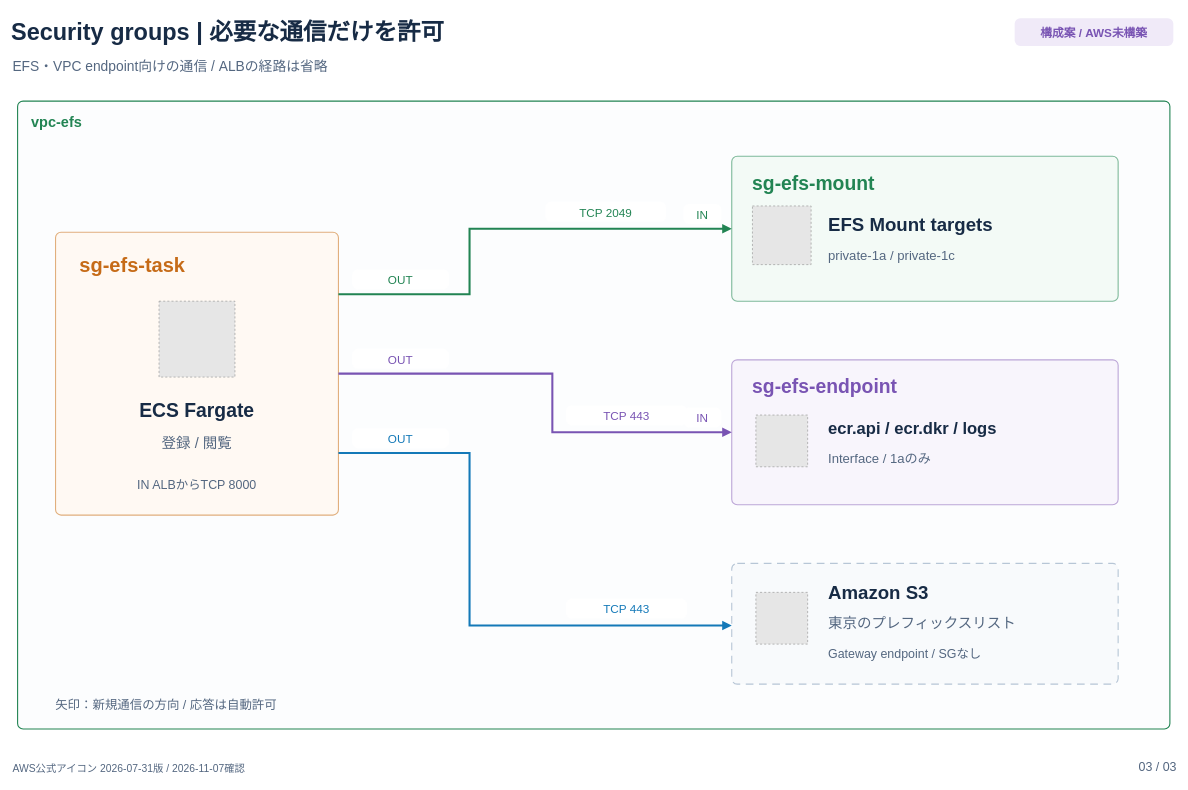
The draw.io diagram page "03 SG・通信ルール" (3 of 3) of docs/architecture/efs-architecture.drawio in tikyuu/efs-portfolio, before the edit. Source tidied: cells renumbered, new cells numbered last; positions are measured from the earlier drawing's top-left corner, leaving out a move shared by most shapes. Both pictures are drawn from the tidied source at 69%, with x=0, y=0 at pixel (11, 11). Pictures stored in the file or linked from it are replaced by grey dashed boxes.
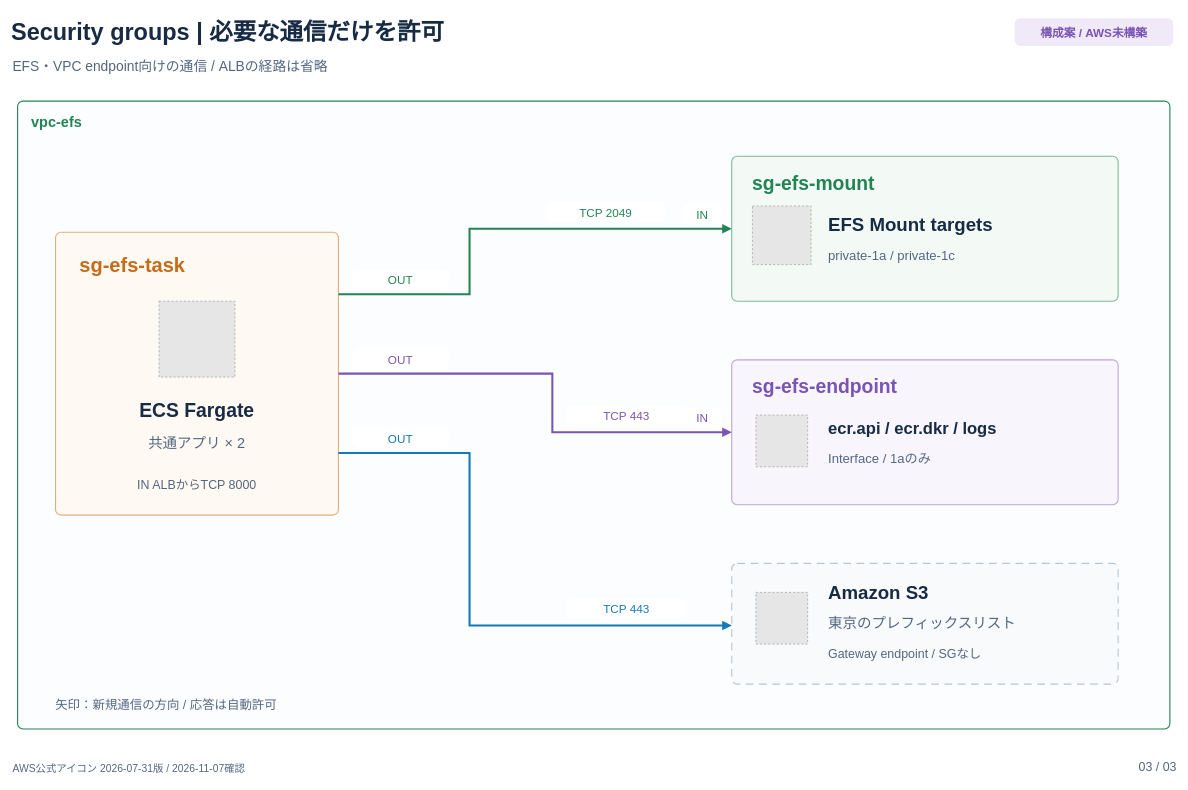
The same diagram, later.

Unchanged cells that the change refers to:
```xml
<mxCell id="3" style="html=0;whiteSpace=nowrap;fontFamily=Hiragino Sans;fontColor=#172B45;rounded=1;absoluteArcSize=1;arcSize=16;fillColor=#FFF9F3;strokeColor=#E1AF7D;strokeWidth=1.6;dashed=0;dashPattern=7 5;" parent="2" vertex="1">
  <mxGeometry x="55" y="190" width="410" height="410" as="geometry" />
</mxCell>
```

The edit, as a diff of the source:
```diff
@@
-    <mxCell id="31" value="登録 / 閲覧" style="html=0;whiteSpace=nowrap;fontFamily=Hiragino Sans;fontColor=#172B45;text;strokeColor=none;fillColor=none;align=center;verticalAlign=middle;spacing=0;fontColor=#546780;fontSize=21;fontStyle=0;lineHeight=1.45;" parent="3" vertex="1">
+    <mxCell id="31" value="共通アプリ × 2" style="html=0;whiteSpace=nowrap;fontFamily=Hiragino Sans;fontColor=#172B45;text;strokeColor=none;fillColor=none;align=center;verticalAlign=middle;spacing=0;fontColor=#546780;fontSize=21;fontStyle=0;lineHeight=1.45;" parent="3" vertex="1">
       <mxGeometry x="35" y="288" width="340" height="32" as="geometry" />
     </mxCell>
```
